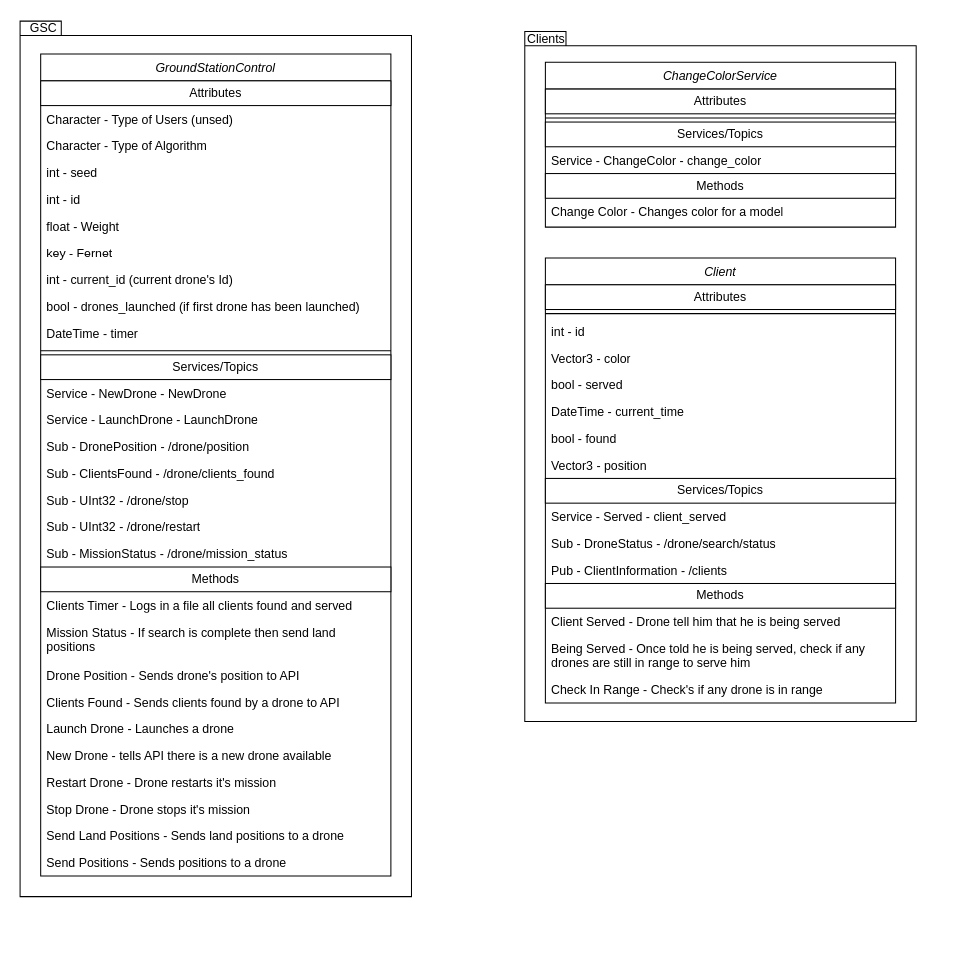
This is ros2.drawio from rfpg1/UML, a draw.io file, before an edit. Source tidied: cells renumbered, new cells numbered last; positions are measured from the earlier drawing's top-left corner, leaving out a move shared by most shapes. Both pictures are drawn from the tidied source at 103%, with x=0, y=0 at pixel (18, 18).
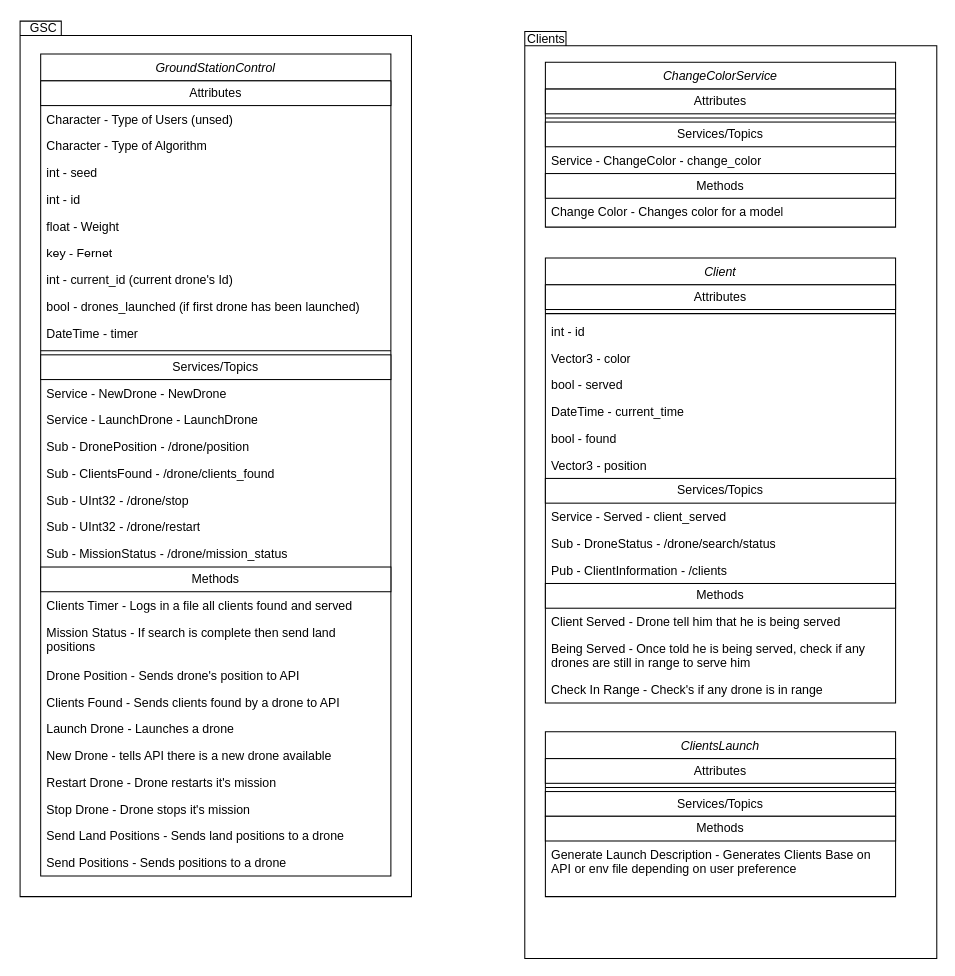
The same diagram, later.

Commit message:
Missed a file in client's package

The edit, as a diff of the source:
```diff
@@
     <mxCell id="2" style="shape=folder;fontStyle=1;spacingTop=10;tabWidth=40;tabHeight=14;tabPosition=left;html=1;whiteSpace=wrap;fillColor=none;" parent="1" vertex="1">
-      <mxGeometry x="492" y="13" width="380" height="670" as="geometry" />
+      <mxGeometry x="492" y="13" width="400" height="900" as="geometry" />
     </mxCell>
@@
+    <mxCell id="61" value="ClientsLaunch" style="swimlane;fontStyle=2;align=center;verticalAlign=top;horizontal=1;startSize=26;rounded=0;shadow=0;strokeWidth=1;" parent="1" vertex="1">
+      <mxGeometry x="512" y="693" width="340" height="160" as="geometry" />
+    </mxCell>
+    <mxCell id="62" value="Attributes" style="html=1;whiteSpace=wrap;" parent="61" vertex="1">
+      <mxGeometry y="26" width="340" height="24" as="geometry" />
+    </mxCell>
+    <mxCell id="63" style="line;html=1;strokeWidth=1;align=left;verticalAlign=middle;spacingTop=-1;spacingLeft=3;spacingRight=3;labelPosition=right;" parent="61" vertex="1">
+      <mxGeometry y="50" width="340" height="8" as="geometry" />
+    </mxCell>
+    <mxCell id="64" value="Services/Topics" style="html=1;whiteSpace=wrap;" parent="61" vertex="1">
+      <mxGeometry y="58" width="340" height="24" as="geometry" />
+    </mxCell>
+    <mxCell id="65" value="Methods" style="html=1;whiteSpace=wrap;" parent="61" vertex="1">
+      <mxGeometry y="82" width="340" height="24" as="geometry" />
+    </mxCell>
+    <mxCell id="66" value="Generate Launch Description - Generates Clients Base on API or env file depending on user preference" style="text;strokeColor=none;fillColor=none;align=left;verticalAlign=top;spacingLeft=4;spacingRight=4;overflow=hidden;whiteSpace=wrap;html=1;" parent="61" vertex="1">
+      <mxGeometry y="106" width="340" height="54" as="geometry" />
+    </mxCell>
```
